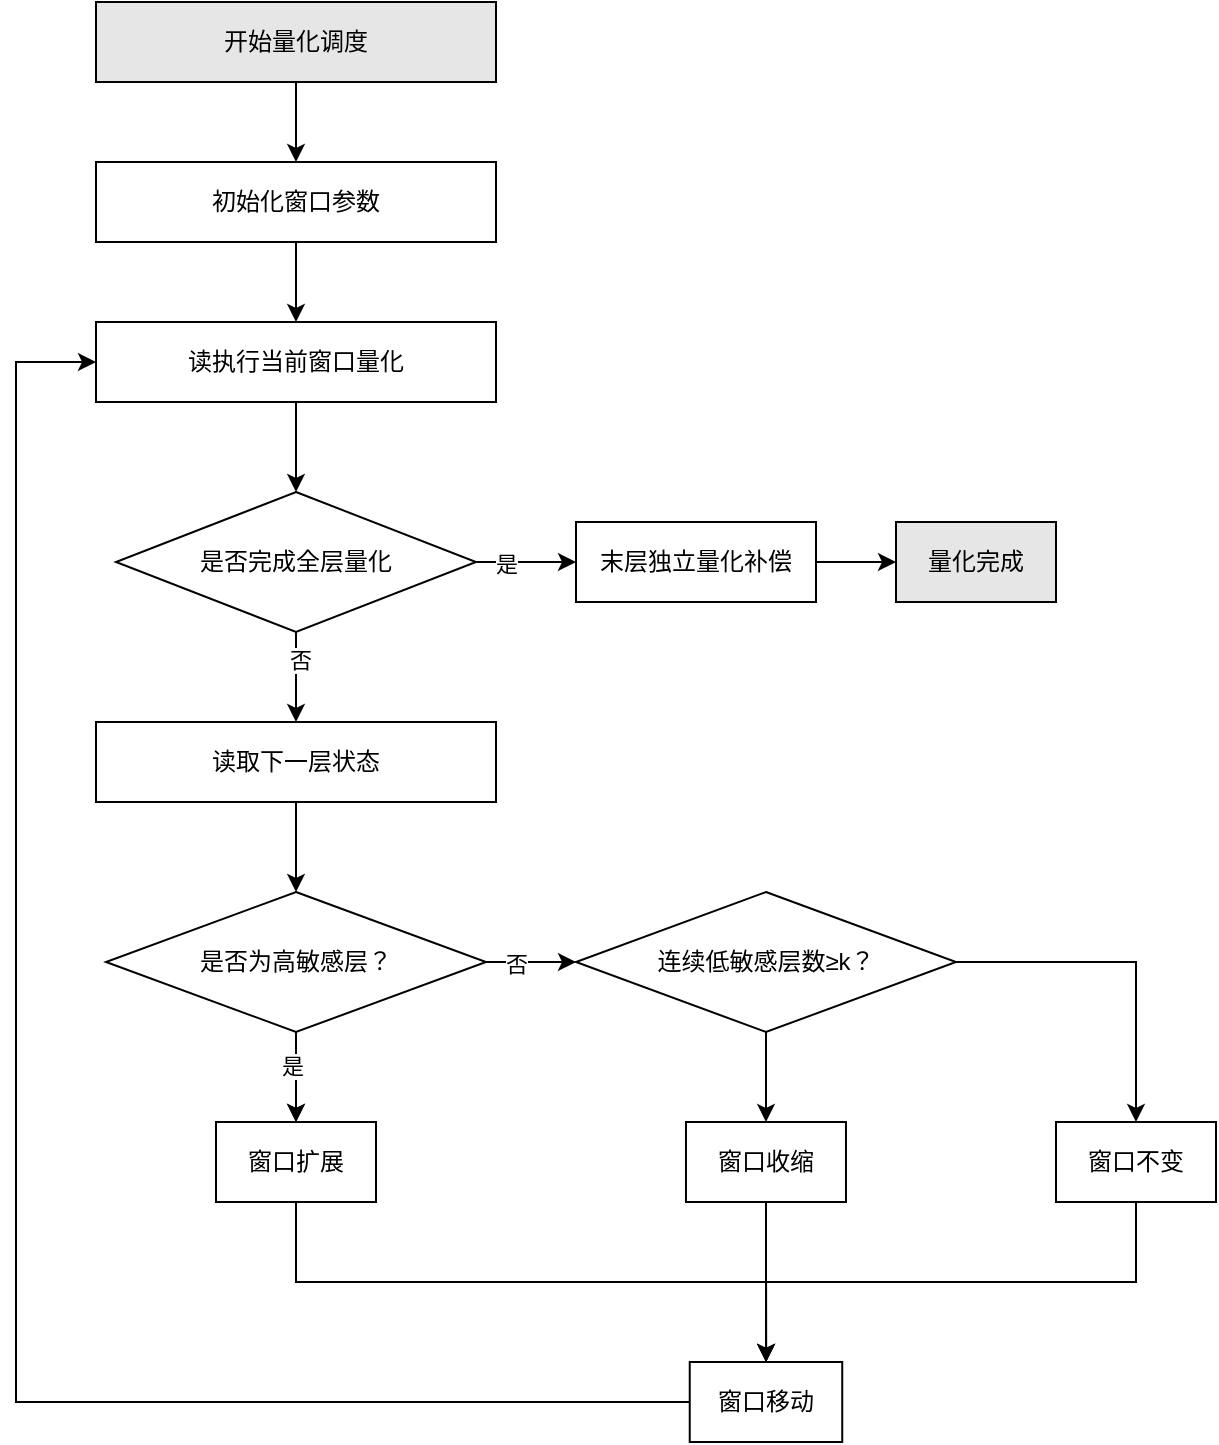
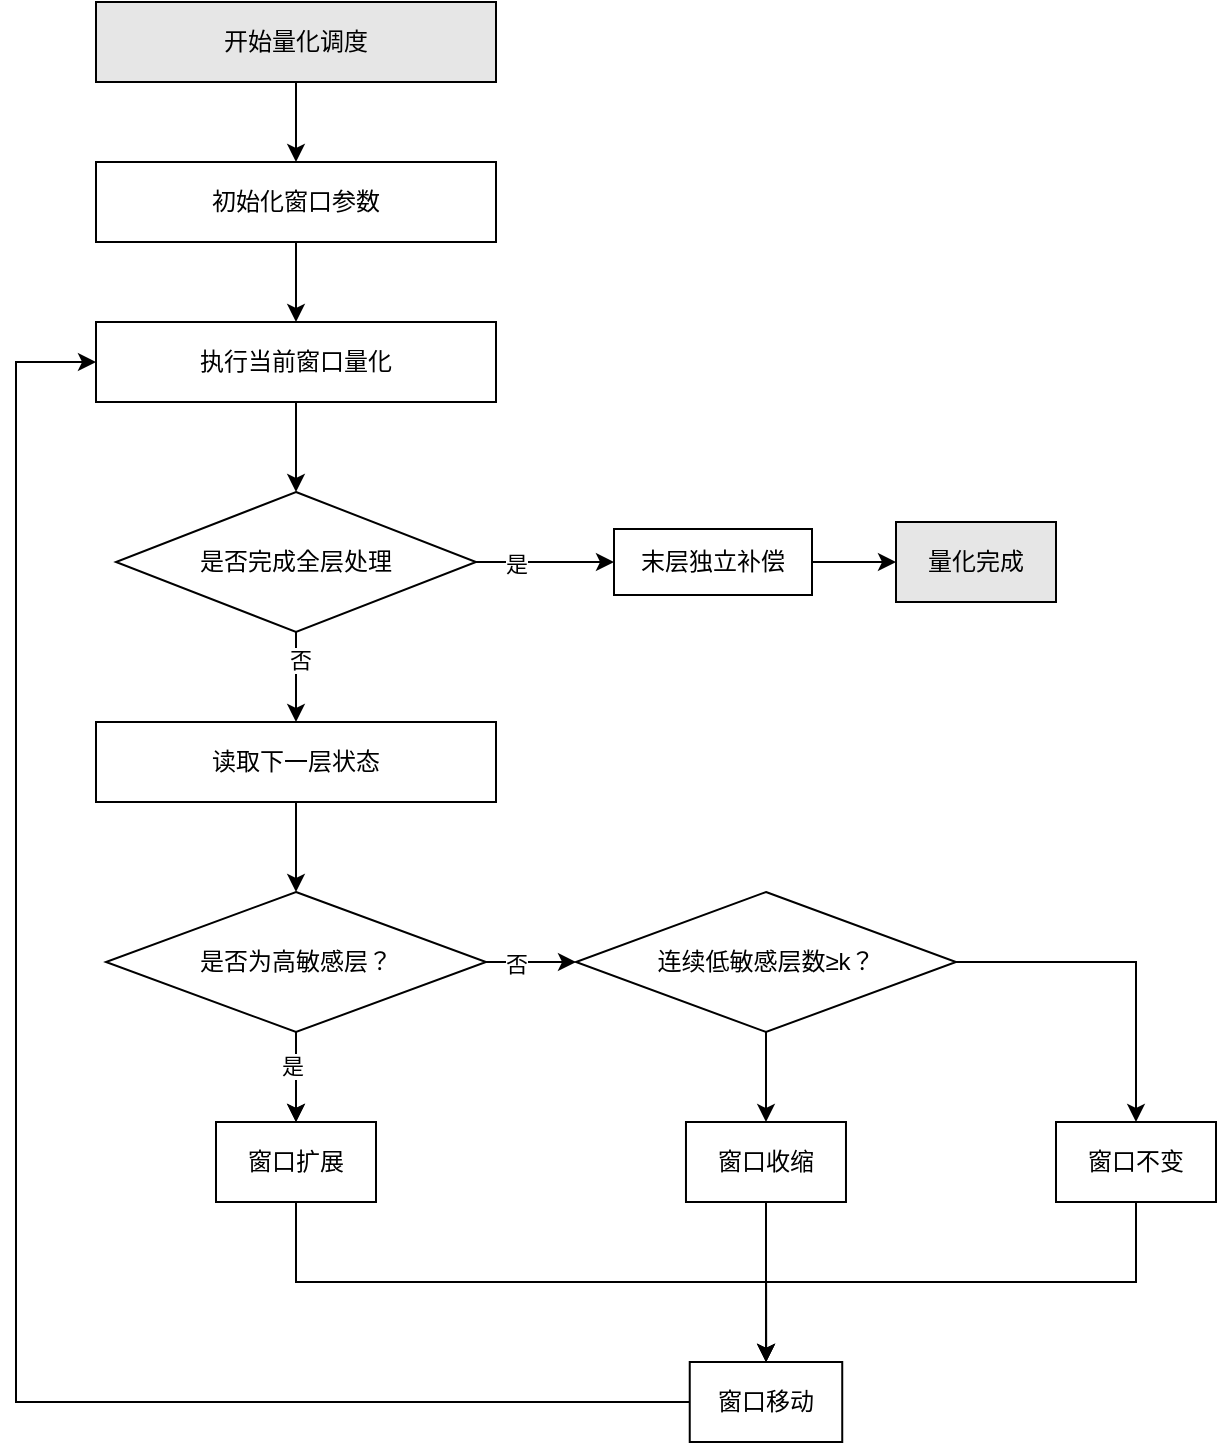
<mxfile host="app.diagrams.net">
-   <diagram name="第 1 页" id="HKRVJIcy9ZMqgazf-shX">
-     <mxGraphModel dx="2086" dy="962" grid="0" gridSize="10" guides="0" tooltips="1" connect="1" arrows="1" fold="1" page="1" pageScale="1" pageWidth="827" pageHeight="1169" math="0" shadow="0">
+   <diagram name="第 1 页" id="Gvp_QINvHkrtnrZvX9Gv">
+     <mxGraphModel dx="1534" dy="870" grid="1" gridSize="10" guides="1" tooltips="1" connect="1" arrows="1" fold="1" page="1" pageScale="1" pageWidth="827" pageHeight="1169" math="0" shadow="0">
      <root>
        <mxCell id="0" />
        <mxCell id="1" parent="0" />
-         <mxCell id="g19y5VNiLGqZtF1EAbcg-5" edge="1" parent="1" source="g19y5VNiLGqZtF1EAbcg-1" style="edgeStyle=orthogonalEdgeStyle;rounded=0;orthogonalLoop=1;jettySize=auto;html=1;" target="g19y5VNiLGqZtF1EAbcg-2" value="">
+         <mxCell id="nwyGrwcWHfGIsw75jdyE-1" edge="1" parent="1" source="nwyGrwcWHfGIsw75jdyE-2" style="edgeStyle=orthogonalEdgeStyle;rounded=0;orthogonalLoop=1;jettySize=auto;html=1;" target="nwyGrwcWHfGIsw75jdyE-4" value="">
          <mxGeometry relative="1" as="geometry" />
        </mxCell>
-         <mxCell id="g19y5VNiLGqZtF1EAbcg-1" parent="1" style="rounded=0;whiteSpace=wrap;html=1;fillColor=#E6E6E6;" value="开始量化调度" vertex="1">
-           <mxGeometry height="40" width="200" x="201" y="117" as="geometry" />
+         <mxCell id="nwyGrwcWHfGIsw75jdyE-2" parent="1" style="rounded=0;whiteSpace=wrap;html=1;fillColor=#E6E6E6;" value="开始量化调度" vertex="1">
+           <mxGeometry height="40" width="200" x="241" y="157" as="geometry" />
        </mxCell>
-         <mxCell id="g19y5VNiLGqZtF1EAbcg-6" edge="1" parent="1" source="g19y5VNiLGqZtF1EAbcg-2" style="edgeStyle=orthogonalEdgeStyle;rounded=0;orthogonalLoop=1;jettySize=auto;html=1;" target="g19y5VNiLGqZtF1EAbcg-3" value="">
+         <mxCell id="nwyGrwcWHfGIsw75jdyE-3" edge="1" parent="1" source="nwyGrwcWHfGIsw75jdyE-4" style="edgeStyle=orthogonalEdgeStyle;rounded=0;orthogonalLoop=1;jettySize=auto;html=1;" target="nwyGrwcWHfGIsw75jdyE-6" value="">
          <mxGeometry relative="1" as="geometry" />
        </mxCell>
-         <mxCell id="g19y5VNiLGqZtF1EAbcg-2" parent="1" style="rounded=0;whiteSpace=wrap;html=1;" value="初始化窗口参数" vertex="1">
-           <mxGeometry height="40" width="200" x="201" y="197" as="geometry" />
+         <mxCell id="nwyGrwcWHfGIsw75jdyE-4" parent="1" style="rounded=0;whiteSpace=wrap;html=1;" value="初始化窗口参数" vertex="1">
+           <mxGeometry height="40" width="200" x="241" y="237" as="geometry" />
        </mxCell>
-         <mxCell id="g19y5VNiLGqZtF1EAbcg-7" edge="1" parent="1" source="g19y5VNiLGqZtF1EAbcg-3" style="edgeStyle=orthogonalEdgeStyle;rounded=0;orthogonalLoop=1;jettySize=auto;html=1;" target="g19y5VNiLGqZtF1EAbcg-4" value="">
+         <mxCell id="nwyGrwcWHfGIsw75jdyE-5" edge="1" parent="1" source="nwyGrwcWHfGIsw75jdyE-6" style="edgeStyle=orthogonalEdgeStyle;rounded=0;orthogonalLoop=1;jettySize=auto;html=1;" target="nwyGrwcWHfGIsw75jdyE-11" value="">
          <mxGeometry relative="1" as="geometry" />
        </mxCell>
-         <mxCell id="g19y5VNiLGqZtF1EAbcg-3" parent="1" style="rounded=0;whiteSpace=wrap;html=1;" value="读执行当前窗口量化" vertex="1">
-           <mxGeometry height="40" width="200" x="201" y="277" as="geometry" />
+         <mxCell id="nwyGrwcWHfGIsw75jdyE-6" parent="1" style="rounded=0;whiteSpace=wrap;html=1;" value="执行当前窗口量化" vertex="1">
+           <mxGeometry height="40" width="200" x="241" y="317" as="geometry" />
        </mxCell>
-         <mxCell id="g19y5VNiLGqZtF1EAbcg-9" edge="1" parent="1" source="g19y5VNiLGqZtF1EAbcg-4" style="edgeStyle=orthogonalEdgeStyle;rounded=0;orthogonalLoop=1;jettySize=auto;html=1;" target="g19y5VNiLGqZtF1EAbcg-8" value="">
+         <mxCell id="nwyGrwcWHfGIsw75jdyE-7" edge="1" parent="1" source="nwyGrwcWHfGIsw75jdyE-11" style="edgeStyle=orthogonalEdgeStyle;rounded=0;orthogonalLoop=1;jettySize=auto;html=1;" target="nwyGrwcWHfGIsw75jdyE-13" value="">
          <mxGeometry relative="1" as="geometry" />
        </mxCell>
-         <mxCell id="g19y5VNiLGqZtF1EAbcg-10" connectable="0" parent="g19y5VNiLGqZtF1EAbcg-9" style="edgeLabel;html=1;align=center;verticalAlign=middle;resizable=0;points=[];" value="否" vertex="1">
+         <mxCell id="nwyGrwcWHfGIsw75jdyE-8" connectable="0" parent="nwyGrwcWHfGIsw75jdyE-7" style="edgeLabel;html=1;align=center;verticalAlign=middle;resizable=0;points=[];" value="否" vertex="1">
          <mxGeometry relative="1" x="-0.38" y="2" as="geometry">
            <mxPoint as="offset" />
          </mxGeometry>
        </mxCell>
-         <mxCell id="g19y5VNiLGqZtF1EAbcg-12" edge="1" parent="1" source="g19y5VNiLGqZtF1EAbcg-4" style="edgeStyle=orthogonalEdgeStyle;rounded=0;orthogonalLoop=1;jettySize=auto;html=1;" target="g19y5VNiLGqZtF1EAbcg-11" value="">
+         <mxCell id="nwyGrwcWHfGIsw75jdyE-9" edge="1" parent="1" source="nwyGrwcWHfGIsw75jdyE-11" style="edgeStyle=orthogonalEdgeStyle;rounded=0;orthogonalLoop=1;jettySize=auto;html=1;" target="nwyGrwcWHfGIsw75jdyE-15" value="">
          <mxGeometry relative="1" as="geometry" />
        </mxCell>
-         <mxCell id="g19y5VNiLGqZtF1EAbcg-25" connectable="0" parent="g19y5VNiLGqZtF1EAbcg-12" style="edgeLabel;html=1;align=center;verticalAlign=middle;resizable=0;points=[];" value="是" vertex="1">
+         <mxCell id="nwyGrwcWHfGIsw75jdyE-10" connectable="0" parent="nwyGrwcWHfGIsw75jdyE-9" style="edgeLabel;html=1;align=center;verticalAlign=middle;resizable=0;points=[];" value="是" vertex="1">
          <mxGeometry relative="1" x="-0.4133" y="-1" as="geometry">
            <mxPoint as="offset" />
          </mxGeometry>
        </mxCell>
-         <mxCell id="g19y5VNiLGqZtF1EAbcg-4" parent="1" style="rhombus;whiteSpace=wrap;html=1;" value="是否完成全层量化" vertex="1">
-           <mxGeometry height="70" width="180" x="211" y="362" as="geometry" />
+         <mxCell id="nwyGrwcWHfGIsw75jdyE-11" parent="1" style="rhombus;whiteSpace=wrap;html=1;" value="是否完成全层处理" vertex="1">
+           <mxGeometry height="70" width="180" x="251" y="402" as="geometry" />
        </mxCell>
-         <mxCell id="g19y5VNiLGqZtF1EAbcg-16" edge="1" parent="1" source="g19y5VNiLGqZtF1EAbcg-8" style="edgeStyle=orthogonalEdgeStyle;rounded=0;orthogonalLoop=1;jettySize=auto;html=1;" target="g19y5VNiLGqZtF1EAbcg-15" value="">
+         <mxCell id="nwyGrwcWHfGIsw75jdyE-12" edge="1" parent="1" source="nwyGrwcWHfGIsw75jdyE-13" style="edgeStyle=orthogonalEdgeStyle;rounded=0;orthogonalLoop=1;jettySize=auto;html=1;" target="nwyGrwcWHfGIsw75jdyE-22" value="">
          <mxGeometry relative="1" as="geometry" />
        </mxCell>
-         <mxCell id="g19y5VNiLGqZtF1EAbcg-8" parent="1" style="rounded=0;whiteSpace=wrap;html=1;" value="读取下一层状态" vertex="1">
-           <mxGeometry height="40" width="200" x="201" y="477" as="geometry" />
+         <mxCell id="nwyGrwcWHfGIsw75jdyE-13" parent="1" style="rounded=0;whiteSpace=wrap;html=1;" value="读取下一层状态" vertex="1">
+           <mxGeometry height="40" width="200" x="241" y="517" as="geometry" />
        </mxCell>
-         <mxCell id="g19y5VNiLGqZtF1EAbcg-14" edge="1" parent="1" source="g19y5VNiLGqZtF1EAbcg-11" style="edgeStyle=orthogonalEdgeStyle;rounded=0;orthogonalLoop=1;jettySize=auto;html=1;" target="g19y5VNiLGqZtF1EAbcg-13" value="">
+         <mxCell id="nwyGrwcWHfGIsw75jdyE-14" edge="1" parent="1" source="nwyGrwcWHfGIsw75jdyE-15" style="edgeStyle=orthogonalEdgeStyle;rounded=0;orthogonalLoop=1;jettySize=auto;html=1;" target="nwyGrwcWHfGIsw75jdyE-16" value="">
          <mxGeometry relative="1" as="geometry" />
        </mxCell>
-         <mxCell id="g19y5VNiLGqZtF1EAbcg-11" parent="1" style="rounded=0;whiteSpace=wrap;html=1;" value="末层独立量化补偿" vertex="1">
-           <mxGeometry height="40" width="120" x="441" y="377" as="geometry" />
+         <mxCell id="nwyGrwcWHfGIsw75jdyE-15" parent="1" style="rounded=0;whiteSpace=wrap;html=1;" value="末层独立补偿" vertex="1">
+           <mxGeometry height="33" width="99" x="500" y="420.5" as="geometry" />
        </mxCell>
-         <mxCell id="g19y5VNiLGqZtF1EAbcg-13" parent="1" style="rounded=0;whiteSpace=wrap;html=1;fillColor=#E6E6E6;" value="量化完成" vertex="1">
-           <mxGeometry height="40" width="80" x="601" y="377" as="geometry" />
+         <mxCell id="nwyGrwcWHfGIsw75jdyE-16" parent="1" style="rounded=0;whiteSpace=wrap;html=1;fillColor=#E6E6E6;" value="量化完成" vertex="1">
+           <mxGeometry height="40" width="80" x="641" y="417" as="geometry" />
        </mxCell>
-         <mxCell id="g19y5VNiLGqZtF1EAbcg-19" edge="1" parent="1" source="g19y5VNiLGqZtF1EAbcg-15" style="edgeStyle=orthogonalEdgeStyle;rounded=0;orthogonalLoop=1;jettySize=auto;html=1;" target="g19y5VNiLGqZtF1EAbcg-18" value="">
+         <mxCell id="nwyGrwcWHfGIsw75jdyE-17" edge="1" parent="1" source="nwyGrwcWHfGIsw75jdyE-22" style="edgeStyle=orthogonalEdgeStyle;rounded=0;orthogonalLoop=1;jettySize=auto;html=1;" target="nwyGrwcWHfGIsw75jdyE-24" value="">
          <mxGeometry relative="1" as="geometry" />
        </mxCell>
-         <mxCell id="g19y5VNiLGqZtF1EAbcg-20" edge="1" parent="1" source="g19y5VNiLGqZtF1EAbcg-15" style="edgeStyle=orthogonalEdgeStyle;rounded=0;orthogonalLoop=1;jettySize=auto;html=1;" target="g19y5VNiLGqZtF1EAbcg-18" value="">
+         <mxCell id="nwyGrwcWHfGIsw75jdyE-18" edge="1" parent="1" source="nwyGrwcWHfGIsw75jdyE-22" style="edgeStyle=orthogonalEdgeStyle;rounded=0;orthogonalLoop=1;jettySize=auto;html=1;" target="nwyGrwcWHfGIsw75jdyE-24" value="">
          <mxGeometry relative="1" as="geometry" />
        </mxCell>
-         <mxCell id="g19y5VNiLGqZtF1EAbcg-21" connectable="0" parent="g19y5VNiLGqZtF1EAbcg-20" style="edgeLabel;html=1;align=center;verticalAlign=middle;resizable=0;points=[];" value="是" vertex="1">
+         <mxCell id="nwyGrwcWHfGIsw75jdyE-19" connectable="0" parent="nwyGrwcWHfGIsw75jdyE-18" style="edgeLabel;html=1;align=center;verticalAlign=middle;resizable=0;points=[];" value="是" vertex="1">
          <mxGeometry relative="1" x="-0.2599" y="-2" as="geometry">
            <mxPoint as="offset" />
          </mxGeometry>
        </mxCell>
-         <mxCell id="g19y5VNiLGqZtF1EAbcg-23" edge="1" parent="1" source="g19y5VNiLGqZtF1EAbcg-15" style="edgeStyle=orthogonalEdgeStyle;rounded=0;orthogonalLoop=1;jettySize=auto;html=1;" target="g19y5VNiLGqZtF1EAbcg-22" value="">
+         <mxCell id="nwyGrwcWHfGIsw75jdyE-20" edge="1" parent="1" source="nwyGrwcWHfGIsw75jdyE-22" style="edgeStyle=orthogonalEdgeStyle;rounded=0;orthogonalLoop=1;jettySize=auto;html=1;" target="nwyGrwcWHfGIsw75jdyE-27" value="">
          <mxGeometry relative="1" as="geometry" />
        </mxCell>
-         <mxCell id="g19y5VNiLGqZtF1EAbcg-24" connectable="0" parent="g19y5VNiLGqZtF1EAbcg-23" style="edgeLabel;html=1;align=center;verticalAlign=middle;resizable=0;points=[];" value="否" vertex="1">
+         <mxCell id="nwyGrwcWHfGIsw75jdyE-21" connectable="0" parent="nwyGrwcWHfGIsw75jdyE-20" style="edgeLabel;html=1;align=center;verticalAlign=middle;resizable=0;points=[];" value="否" vertex="1">
          <mxGeometry relative="1" x="-0.3481" y="-1" as="geometry">
            <mxPoint as="offset" />
          </mxGeometry>
        </mxCell>
-         <mxCell id="g19y5VNiLGqZtF1EAbcg-15" parent="1" style="rhombus;whiteSpace=wrap;html=1;rounded=0;" value="是否为高敏感层？" vertex="1">
-           <mxGeometry height="70" width="190" x="206" y="562" as="geometry" />
+         <mxCell id="nwyGrwcWHfGIsw75jdyE-22" parent="1" style="rhombus;whiteSpace=wrap;html=1;rounded=0;" value="是否为高敏感层？" vertex="1">
+           <mxGeometry height="70" width="190" x="246" y="602" as="geometry" />
        </mxCell>
-         <mxCell id="g19y5VNiLGqZtF1EAbcg-32" edge="1" parent="1" source="g19y5VNiLGqZtF1EAbcg-18" style="edgeStyle=orthogonalEdgeStyle;rounded=0;orthogonalLoop=1;jettySize=auto;html=1;exitX=0.5;exitY=1;exitDx=0;exitDy=0;" target="g19y5VNiLGqZtF1EAbcg-31" value="">
+         <mxCell id="nwyGrwcWHfGIsw75jdyE-23" edge="1" parent="1" source="nwyGrwcWHfGIsw75jdyE-24" style="edgeStyle=orthogonalEdgeStyle;rounded=0;orthogonalLoop=1;jettySize=auto;html=1;exitX=0.5;exitY=1;exitDx=0;exitDy=0;" target="nwyGrwcWHfGIsw75jdyE-33" value="">
          <mxGeometry relative="1" as="geometry" />
        </mxCell>
-         <mxCell id="g19y5VNiLGqZtF1EAbcg-18" parent="1" style="whiteSpace=wrap;html=1;rounded=0;" value="窗口扩展" vertex="1">
-           <mxGeometry height="40" width="80" x="261" y="677" as="geometry" />
+         <mxCell id="nwyGrwcWHfGIsw75jdyE-24" parent="1" style="whiteSpace=wrap;html=1;rounded=0;" value="窗口扩展" vertex="1">
+           <mxGeometry height="40" width="80" x="301" y="717" as="geometry" />
        </mxCell>
-         <mxCell id="g19y5VNiLGqZtF1EAbcg-28" edge="1" parent="1" source="g19y5VNiLGqZtF1EAbcg-22" style="edgeStyle=orthogonalEdgeStyle;rounded=0;orthogonalLoop=1;jettySize=auto;html=1;" target="g19y5VNiLGqZtF1EAbcg-27" value="">
+         <mxCell id="nwyGrwcWHfGIsw75jdyE-25" edge="1" parent="1" source="nwyGrwcWHfGIsw75jdyE-27" style="edgeStyle=orthogonalEdgeStyle;rounded=0;orthogonalLoop=1;jettySize=auto;html=1;" target="nwyGrwcWHfGIsw75jdyE-29" value="">
          <mxGeometry relative="1" as="geometry" />
        </mxCell>
-         <mxCell id="g19y5VNiLGqZtF1EAbcg-30" edge="1" parent="1" source="g19y5VNiLGqZtF1EAbcg-22" style="edgeStyle=orthogonalEdgeStyle;rounded=0;orthogonalLoop=1;jettySize=auto;html=1;" target="g19y5VNiLGqZtF1EAbcg-29" value="">
+         <mxCell id="nwyGrwcWHfGIsw75jdyE-26" edge="1" parent="1" source="nwyGrwcWHfGIsw75jdyE-27" style="edgeStyle=orthogonalEdgeStyle;rounded=0;orthogonalLoop=1;jettySize=auto;html=1;" target="nwyGrwcWHfGIsw75jdyE-31" value="">
          <mxGeometry relative="1" as="geometry" />
        </mxCell>
-         <mxCell id="g19y5VNiLGqZtF1EAbcg-22" parent="1" style="rhombus;whiteSpace=wrap;html=1;rounded=0;" value="连续低敏感层数≥k？" vertex="1">
-           <mxGeometry height="70" width="190" x="441" y="562" as="geometry" />
+         <mxCell id="nwyGrwcWHfGIsw75jdyE-27" parent="1" style="rhombus;whiteSpace=wrap;html=1;rounded=0;" value="连续低敏感层数≥k？" vertex="1">
+           <mxGeometry height="70" width="190" x="481" y="602" as="geometry" />
        </mxCell>
-         <mxCell id="g19y5VNiLGqZtF1EAbcg-33" edge="1" parent="1" source="g19y5VNiLGqZtF1EAbcg-27" style="edgeStyle=orthogonalEdgeStyle;rounded=0;orthogonalLoop=1;jettySize=auto;html=1;" target="g19y5VNiLGqZtF1EAbcg-31" value="">
+         <mxCell id="nwyGrwcWHfGIsw75jdyE-28" edge="1" parent="1" source="nwyGrwcWHfGIsw75jdyE-29" style="edgeStyle=orthogonalEdgeStyle;rounded=0;orthogonalLoop=1;jettySize=auto;html=1;" target="nwyGrwcWHfGIsw75jdyE-33" value="">
          <mxGeometry relative="1" as="geometry" />
        </mxCell>
-         <mxCell id="g19y5VNiLGqZtF1EAbcg-27" parent="1" style="rounded=0;whiteSpace=wrap;html=1;" value="窗口收缩" vertex="1">
-           <mxGeometry height="40" width="80" x="495.99" y="677" as="geometry" />
+         <mxCell id="nwyGrwcWHfGIsw75jdyE-29" parent="1" style="rounded=0;whiteSpace=wrap;html=1;" value="窗口收缩" vertex="1">
+           <mxGeometry height="40" width="80" x="535.99" y="717" as="geometry" />
        </mxCell>
-         <mxCell id="g19y5VNiLGqZtF1EAbcg-34" edge="1" parent="1" source="g19y5VNiLGqZtF1EAbcg-29" style="edgeStyle=orthogonalEdgeStyle;rounded=0;orthogonalLoop=1;jettySize=auto;html=1;exitX=0.5;exitY=1;exitDx=0;exitDy=0;entryX=0.5;entryY=0;entryDx=0;entryDy=0;" target="g19y5VNiLGqZtF1EAbcg-31">
+         <mxCell id="nwyGrwcWHfGIsw75jdyE-30" edge="1" parent="1" source="nwyGrwcWHfGIsw75jdyE-31" style="edgeStyle=orthogonalEdgeStyle;rounded=0;orthogonalLoop=1;jettySize=auto;html=1;exitX=0.5;exitY=1;exitDx=0;exitDy=0;entryX=0.5;entryY=0;entryDx=0;entryDy=0;" target="nwyGrwcWHfGIsw75jdyE-33">
          <mxGeometry relative="1" as="geometry" />
        </mxCell>
-         <mxCell id="g19y5VNiLGqZtF1EAbcg-29" parent="1" style="whiteSpace=wrap;html=1;rounded=0;" value="窗口不变" vertex="1">
-           <mxGeometry height="40" width="80" x="681" y="677" as="geometry" />
+         <mxCell id="nwyGrwcWHfGIsw75jdyE-31" parent="1" style="whiteSpace=wrap;html=1;rounded=0;" value="窗口不变" vertex="1">
+           <mxGeometry height="40" width="80" x="721" y="717" as="geometry" />
        </mxCell>
-         <mxCell id="g19y5VNiLGqZtF1EAbcg-36" edge="1" parent="1" source="g19y5VNiLGqZtF1EAbcg-31" style="edgeStyle=orthogonalEdgeStyle;rounded=0;orthogonalLoop=1;jettySize=auto;html=1;entryX=0;entryY=0.5;entryDx=0;entryDy=0;" target="g19y5VNiLGqZtF1EAbcg-3">
+         <mxCell id="nwyGrwcWHfGIsw75jdyE-32" edge="1" parent="1" source="nwyGrwcWHfGIsw75jdyE-33" style="edgeStyle=orthogonalEdgeStyle;rounded=0;orthogonalLoop=1;jettySize=auto;html=1;entryX=0;entryY=0.5;entryDx=0;entryDy=0;" target="nwyGrwcWHfGIsw75jdyE-6">
          <mxGeometry relative="1" as="geometry">
            <Array as="points">
-               <mxPoint x="161" y="817" />
-               <mxPoint x="161" y="297" />
+               <mxPoint x="201" y="857" />
+               <mxPoint x="201" y="337" />
            </Array>
          </mxGeometry>
        </mxCell>
-         <mxCell id="g19y5VNiLGqZtF1EAbcg-31" parent="1" style="whiteSpace=wrap;html=1;rounded=0;" value="窗口移动" vertex="1">
-           <mxGeometry height="40" width="76.25" x="497.87" y="797" as="geometry" />
+         <mxCell id="nwyGrwcWHfGIsw75jdyE-33" parent="1" style="whiteSpace=wrap;html=1;rounded=0;" value="窗口移动" vertex="1">
+           <mxGeometry height="40" width="76.25" x="537.87" y="837" as="geometry" />
        </mxCell>
      </root>
    </mxGraphModel>
  </diagram>
</mxfile>
